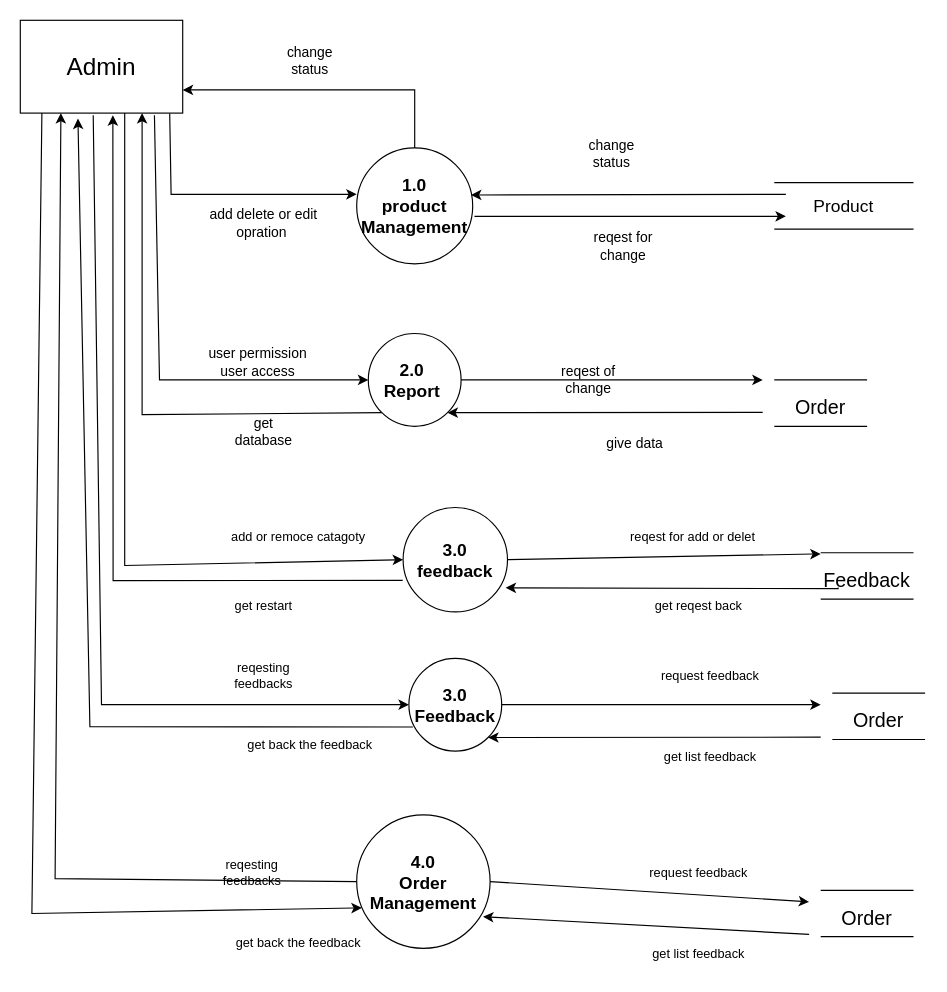
AKrunal/document keeps this draw.io diagram as page "1 leavel admin" (3 of 5) of charts/dfd.drawio. Above is the earlier version. Source tidied: cells renumbered, new cells numbered last; positions are measured from the earlier drawing's top-left corner, leaving out a move shared by most shapes. Both pictures are drawn from the tidied source at 116%, with x=0, y=0 at pixel (20, 20).
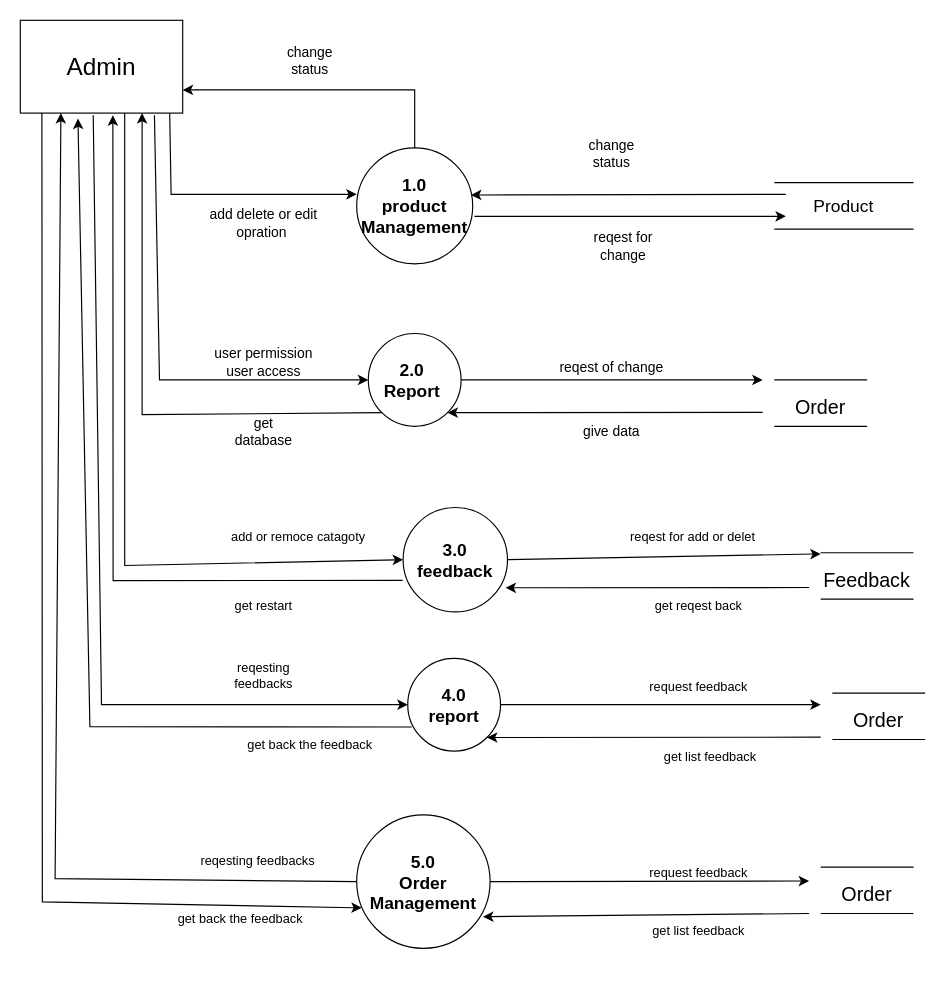
After the change.

The change refers to these unchanged cells:
```xml
<mxCell id="2" value="Admin" style="rounded=0;whiteSpace=wrap;html=1;fontSize=21;" parent="1" vertex="1">
  <mxGeometry width="140" height="80" as="geometry" />
</mxCell>
<mxCell id="22" value="3.0&lt;br&gt;feedback" style="ellipse;whiteSpace=wrap;html=1;fontSize=15;fontStyle=1;" parent="1" vertex="1">
  <mxGeometry x="330" y="420" width="90" height="90" as="geometry" />
</mxCell>
```

The edit, as a diff of the source:
```diff
@@
     <mxCell id="17" value="user permission&lt;br&gt;user access" style="text;html=1;strokeColor=none;fillColor=none;align=center;verticalAlign=middle;whiteSpace=wrap;rounded=0;fontSize=12;" parent="1" vertex="1">
-      <mxGeometry x="140" y="280" width="130" height="30" as="geometry" />
+      <mxGeometry x="120" y="280" width="180" height="30" as="geometry" />
     </mxCell>
     <mxCell id="18" value="reqest of change" style="text;html=1;strokeColor=none;fillColor=none;align=center;verticalAlign=middle;whiteSpace=wrap;rounded=0;fontSize=12;" parent="1" vertex="1">
-      <mxGeometry x="460" y="300" width="60" height="20" as="geometry" />
+      <mxGeometry x="460" y="290" width="100" height="20" as="geometry" />
     </mxCell>
     <mxCell id="19" value="give data" style="text;html=1;strokeColor=none;fillColor=none;align=center;verticalAlign=middle;whiteSpace=wrap;rounded=0;fontSize=12;" parent="1" vertex="1">
-      <mxGeometry x="480" y="350" width="100" height="30" as="geometry" />
+      <mxGeometry x="460" y="340" width="100" height="30" as="geometry" />
     </mxCell>
@@
     <mxCell id="27" style="endArrow=classic;html=1;rounded=0;fontSize=11;entryX=0.982;entryY=0.769;entryDx=0;entryDy=0;entryPerimeter=0;" parent="1" edge="1" target="22">
       <mxGeometry relative="1" as="geometry">
-        <mxPoint x="705" y="489" as="sourcePoint" />
-        <Array as="points">
-          <mxPoint x="705" y="490" />
-        </Array>
+        <mxPoint x="680" y="489" as="sourcePoint" />
       </mxGeometry>
     </mxCell>
@@
-    <mxCell id="31" value="3.0&lt;br style=&quot;font-size: 15px;&quot;&gt;Feedback" style="ellipse;whiteSpace=wrap;html=1;fontSize=15;fontStyle=1;" parent="1" vertex="1">
-      <mxGeometry x="335" y="550" width="80" height="80" as="geometry" />
+    <mxCell id="31" value="4.0&lt;br style=&quot;font-size: 15px&quot;&gt;report" style="ellipse;whiteSpace=wrap;html=1;fontSize=15;fontStyle=1;" parent="1" vertex="1">
+      <mxGeometry x="334" y="550" width="80" height="80" as="geometry" />
     </mxCell>
@@
     <mxCell id="35" value="request feedback" style="text;html=1;strokeColor=none;fillColor=none;align=center;verticalAlign=middle;whiteSpace=wrap;rounded=0;fontSize=11;" parent="1" vertex="1">
-      <mxGeometry x="530" y="550" width="130" height="30" as="geometry" />
+      <mxGeometry x="520" y="560" width="130" height="30" as="geometry" />
     </mxCell>
@@
-    <mxCell id="50" value="4.0&lt;br style=&quot;font-size: 15px&quot;&gt;Order Management" style="ellipse;whiteSpace=wrap;html=1;fontSize=15;fontStyle=1;" parent="1" vertex="1">
+    <mxCell id="50" value="5.0&lt;br style=&quot;font-size: 15px&quot;&gt;Order Management" style="ellipse;whiteSpace=wrap;html=1;fontSize=15;fontStyle=1;" parent="1" vertex="1">
       <mxGeometry x="290" y="685" width="115" height="115" as="geometry" />
     </mxCell>
     <mxCell id="51" value="reqesting feedbacks" style="text;html=1;strokeColor=none;fillColor=none;align=center;verticalAlign=middle;whiteSpace=wrap;rounded=0;fontSize=11;" parent="1" vertex="1">
-      <mxGeometry x="170" y="720" width="60" height="30" as="geometry" />
+      <mxGeometry x="145" y="710" width="120" height="30" as="geometry" />
     </mxCell>
     <mxCell id="52" style="endArrow=classic;html=1;rounded=0;fontSize=11;exitX=1;exitY=0.5;exitDx=0;exitDy=0;" parent="1" edge="1" source="50">
       <mxGeometry relative="1" as="geometry">
-        <mxPoint x="680" y="760" as="targetPoint" />
+        <mxPoint x="680" y="742" as="targetPoint" />
       </mxGeometry>
     </mxCell>
@@
     <mxCell id="54" style="endArrow=classic;html=1;rounded=0;fontSize=11;entryX=0.947;entryY=0.763;entryDx=0;entryDy=0;entryPerimeter=0;" parent="1" edge="1" target="50">
       <mxGeometry relative="1" as="geometry">
-        <mxPoint x="680" y="788" as="sourcePoint" />
+        <mxPoint x="680" y="770" as="sourcePoint" />
       </mxGeometry>
     </mxCell>
     <mxCell id="55" value="get list feedback" style="text;html=1;strokeColor=none;fillColor=none;align=center;verticalAlign=middle;whiteSpace=wrap;rounded=0;fontSize=11;" parent="1" vertex="1">
-      <mxGeometry x="520" y="790" width="130" height="30" as="geometry" />
+      <mxGeometry x="520" y="770" width="130" height="30" as="geometry" />
     </mxCell>
     <mxCell id="56" value="get back the feedback" style="text;html=1;strokeColor=none;fillColor=none;align=center;verticalAlign=middle;whiteSpace=wrap;rounded=0;fontSize=11;" parent="1" vertex="1">
-      <mxGeometry x="170" y="780" width="140" height="30" as="geometry" />
+      <mxGeometry x="120" y="760" width="140" height="30" as="geometry" />
     </mxCell>
     <mxCell id="57" style="endArrow=none;html=1;rounded=0;fontSize=22;" parent="1" edge="1">
       <mxGeometry relative="1" as="geometry">
-        <mxPoint x="690" y="750" as="sourcePoint" />
-        <mxPoint x="770" y="750" as="targetPoint" />
+        <mxPoint x="690" y="730" as="sourcePoint" />
+        <mxPoint x="770" y="730" as="targetPoint" />
       </mxGeometry>
     </mxCell>
     <mxCell id="58" style="endArrow=none;html=1;rounded=0;fontSize=22;" parent="1" edge="1">
       <mxGeometry relative="1" as="geometry">
-        <mxPoint x="690" y="790" as="sourcePoint" />
-        <mxPoint x="770" y="790" as="targetPoint" />
+        <mxPoint x="690" y="770" as="sourcePoint" />
+        <mxPoint x="770" y="770" as="targetPoint" />
       </mxGeometry>
     </mxCell>
     <mxCell id="59" value="Order" style="text;html=1;strokeColor=none;fillColor=none;align=center;verticalAlign=middle;whiteSpace=wrap;rounded=0;fontSize=17;" parent="1" vertex="1">
-      <mxGeometry x="700" y="760" width="60" height="30" as="geometry" />
+      <mxGeometry x="700" y="740" width="60" height="30" as="geometry" />
     </mxCell>
@@
     <mxCell id="61" style="endArrow=classic;html=1;rounded=0;fontSize=15;exitX=0.133;exitY=1;exitDx=0;exitDy=0;exitPerimeter=0;entryX=0.038;entryY=0.697;entryDx=0;entryDy=0;entryPerimeter=0;" parent="1" edge="1" source="2" target="50">
       <mxGeometry relative="1" as="geometry">
         <Array as="points">
-          <mxPoint x="10" y="770" />
+          <mxPoint x="19" y="760" />
         </Array>
       </mxGeometry>
     </mxCell>
```
